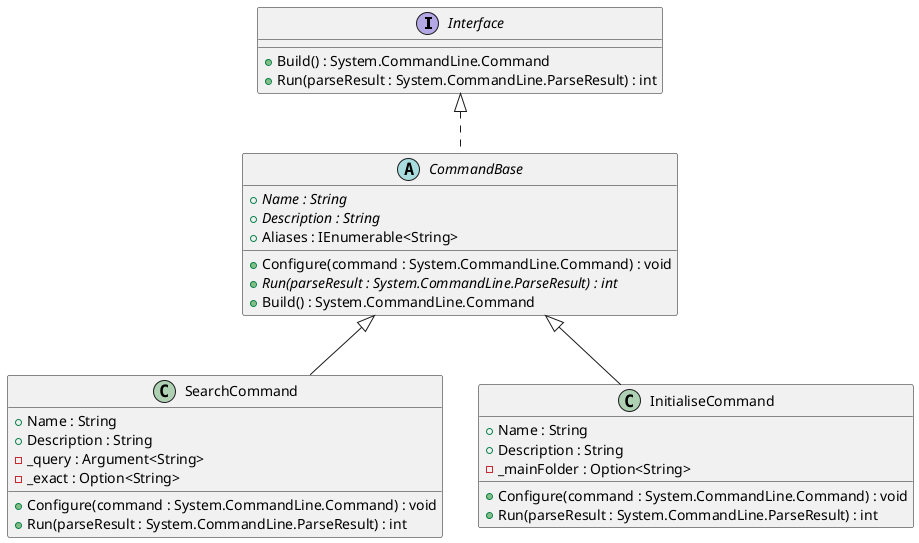
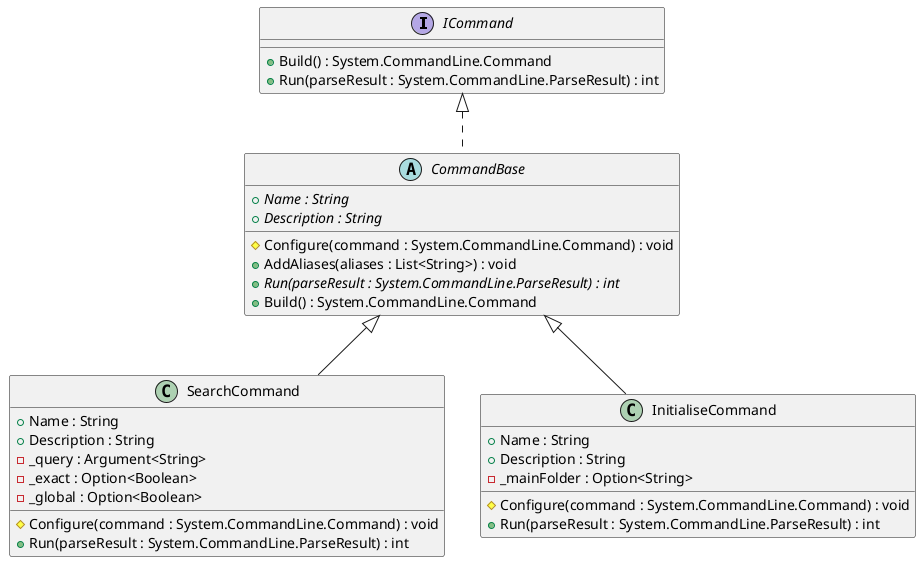
﻿@startuml

- interface Interface {
+ interface ICommand {
    + Build() : System.CommandLine.Command
    + Run(parseResult : System.CommandLine.ParseResult) : int
}

abstract class CommandBase {
    {abstract} + Name : String
    {abstract} + Description : String
-     + Aliases : IEnumerable<String>

-     + Configure(command : System.CommandLine.Command) : void
+     # Configure(command : System.CommandLine.Command) : void
+     + AddAliases(aliases : List<String>) : void
    {abstract} + Run(parseResult : System.CommandLine.ParseResult) : int
    + Build() : System.CommandLine.Command
}

class SearchCommand {
    + Name : String
    + Description : String
    - _query : Argument<String>
-     - _exact : Option<String>
+     - _exact : Option<Boolean>
+     - _global : Option<Boolean>

-     + Configure(command : System.CommandLine.Command) : void
+     # Configure(command : System.CommandLine.Command) : void
    + Run(parseResult : System.CommandLine.ParseResult) : int
}

class InitialiseCommand {
    + Name : String
    + Description : String
    - _mainFolder : Option<String>

-     + Configure(command : System.CommandLine.Command) : void
+     # Configure(command : System.CommandLine.Command) : void
    + Run(parseResult : System.CommandLine.ParseResult) : int
}

- Interface <|.. CommandBase
+ ICommand <|.. CommandBase
CommandBase <|-- SearchCommand
CommandBase <|-- InitialiseCommand

@enduml